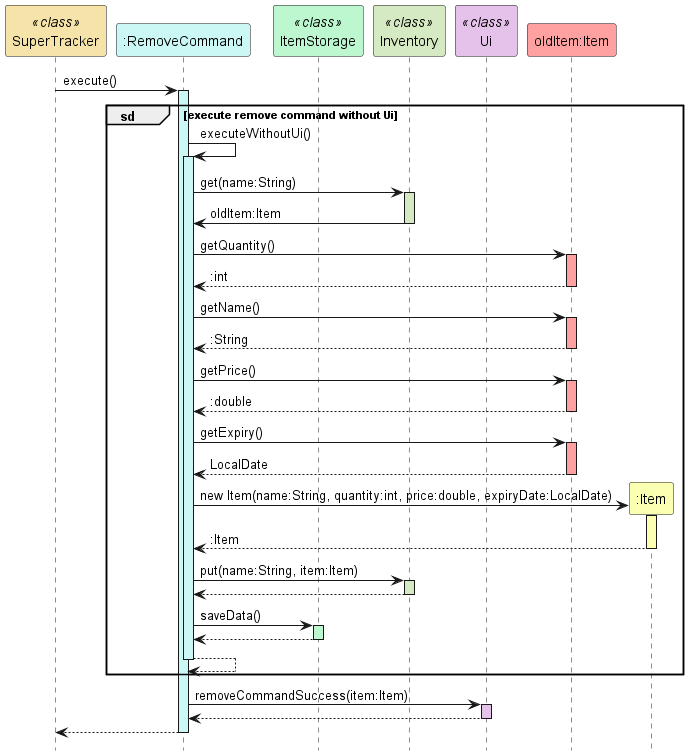
This is docs/uml-diagrams/RemoveCommandSequence.png from rismm/tp, a PlantUML export, as it was before one commit. Source of this version:
```plantuml
@startuml
hide footbox
participant "SuperTracker" as SuperTracker <<class>> #f5e3a9
participant ":RemoveCommand" as RemoveCommand #cbf7f4
participant "ItemStorage" as ItemStorage <<class>> #bcf7cf
participant "Inventory" as Inventory <<class>> #d5eac2
participant "Ui" as Ui <<class>> #e5c2ea
participant "oldItem:Item" as oldItem #ffa1a1
participant ":Item" as Item #fbffb2

SuperTracker -> RemoveCommand : execute()
activate RemoveCommand #cbf7f4

group sd [execute remove command without Ui]

RemoveCommand -> RemoveCommand : executeWithoutUi()
activate RemoveCommand #cbf7f4

RemoveCommand -> Inventory : get(name:String)
activate Inventory #d5eac2
Inventory -> RemoveCommand : oldItem:Item
deactivate Inventory

RemoveCommand -> oldItem : getQuantity()
activate oldItem #ffa1a1
oldItem --> RemoveCommand : :int
deactivate oldItem

RemoveCommand -> oldItem : getName()
activate oldItem #ffa1a1
oldItem --> RemoveCommand : :String
deactivate oldItem

RemoveCommand -> oldItem : getPrice()
activate oldItem #ffa1a1
oldItem --> RemoveCommand : :double
deactivate oldItem

RemoveCommand -> oldItem : getExpiry()
activate oldItem #ffa1a1
oldItem --> RemoveCommand : LocalDate
deactivate oldItem

RemoveCommand -> Item ** : new Item(name:String, quantity:int, price:double, expiryDate:LocalDate)
activate Item #fbffb2
Item --> RemoveCommand : :Item
deactivate Item

RemoveCommand -> Inventory : put(name:String, item:Item)
activate Inventory #d5eac2
Inventory --> RemoveCommand
deactivate Inventory

RemoveCommand -> ItemStorage : saveData()
activate ItemStorage #bcf7cf
ItemStorage --> RemoveCommand
deactivate ItemStorage

RemoveCommand --> RemoveCommand
deactivate RemoveCommand

end

RemoveCommand -> Ui : removeCommandSuccess(item:Item)
activate Ui #e5c2ea
Ui --> RemoveCommand
deactivate Ui

RemoveCommand --> SuperTracker
deactivate RemoveCommand
@enduml
```
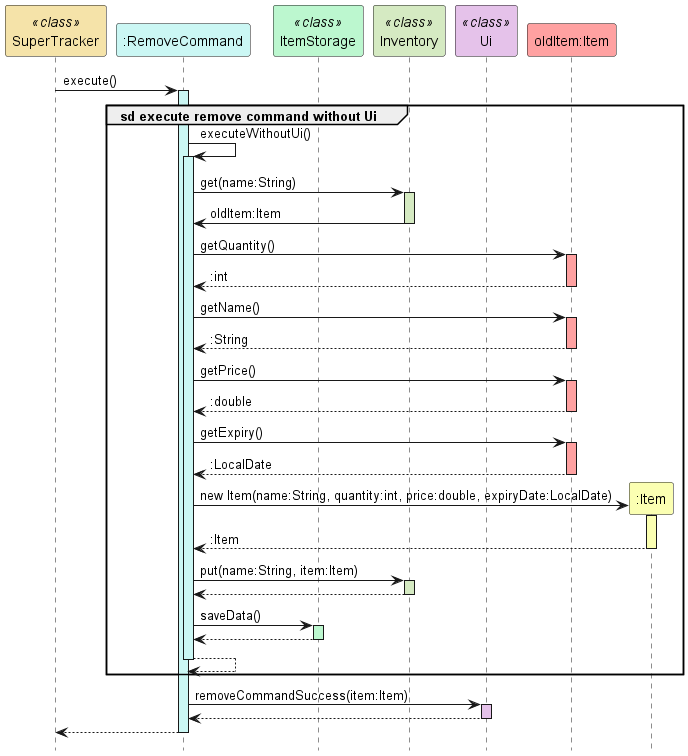
After the change.

What changed in the source:
```diff
@@ -11,7 +11,7 @@
 SuperTracker -> RemoveCommand : execute()
 activate RemoveCommand #cbf7f4
 
-group sd [execute remove command without Ui]
+group sd execute remove command without Ui
 
 RemoveCommand -> RemoveCommand : executeWithoutUi()
 activate RemoveCommand #cbf7f4
@@ -38,7 +38,7 @@
 
 RemoveCommand -> oldItem : getExpiry()
 activate oldItem #ffa1a1
-oldItem --> RemoveCommand : LocalDate
+oldItem --> RemoveCommand : :LocalDate
 deactivate oldItem
 
 RemoveCommand -> Item ** : new Item(name:String, quantity:int, price:double, expiryDate:LocalDate)
```
